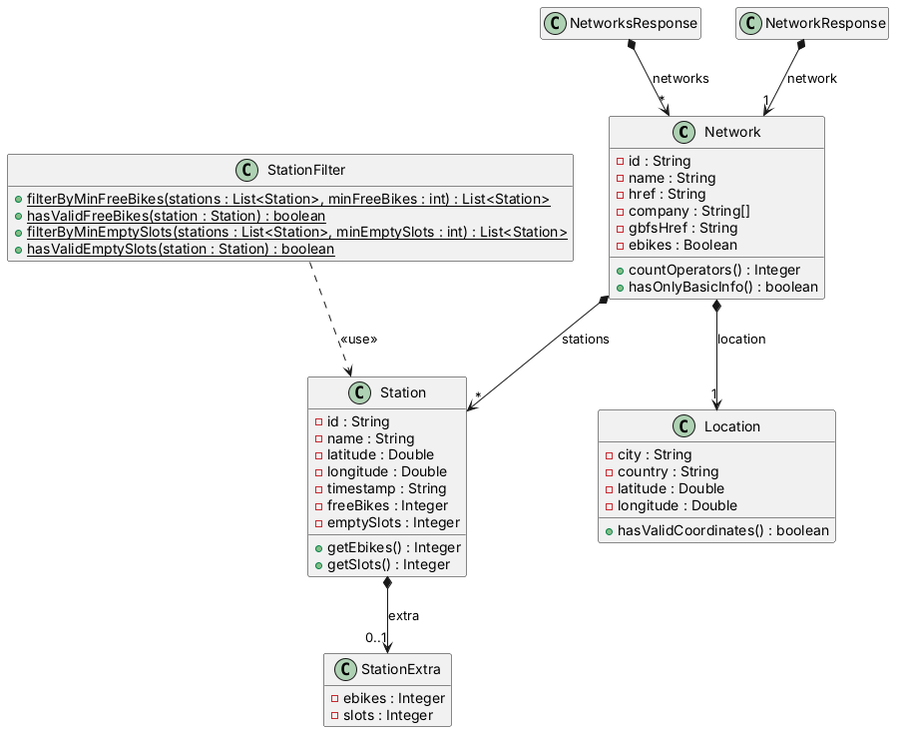
Before: Docs/Models/domain.png, a diagram exported from PlantUML (isunican/App-Bicis-Grupo3).
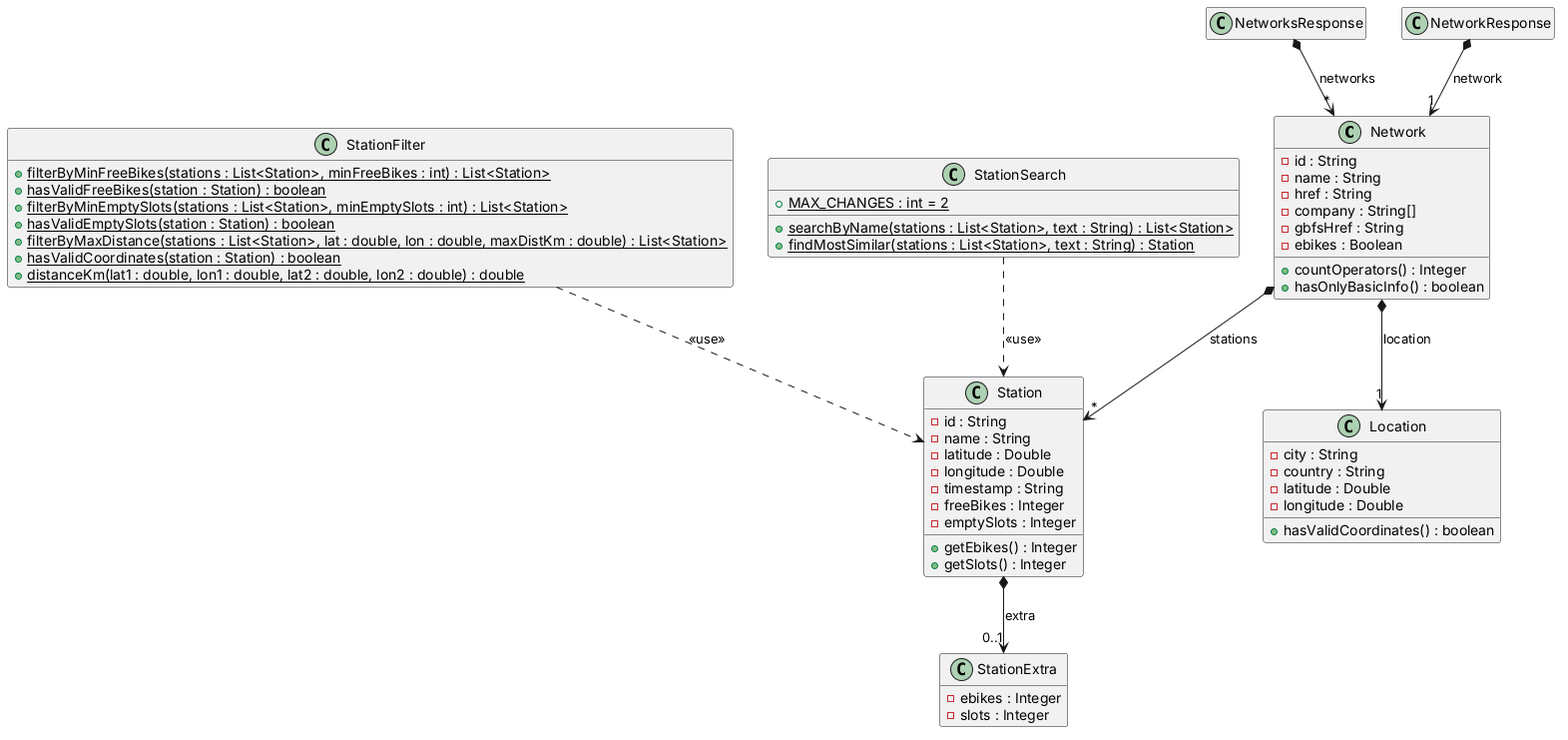
Above is the later version.

Commit message:
Anhado los diagramas UML de dominio y arquitectura

What changed in the source:
```diff
@@ -1,6 +1,6 @@
-@startuml
+@startuml domain
+hide empty members
 
-hide empty members
 
 class Network {
     - id : String
@@ -21,17 +21,13 @@
     + hasValidCoordinates() : boolean
 }
 
-class NetworksResponse {
-
-}
-
-class NetworkResponse {
-
-}
+class NetworksResponse
+class NetworkResponse
 
 Network *--> "1" Location : location
 NetworksResponse *--> "*" Network : networks
 NetworkResponse *--> "1" Network : network
+
 
 class Station {
     - id : String
@@ -55,10 +51,20 @@
     + {static} hasValidFreeBikes(station : Station) : boolean
     + {static} filterByMinEmptySlots(stations : List<Station>, minEmptySlots : int) : List<Station>
     + {static} hasValidEmptySlots(station : Station) : boolean
+    + {static} filterByMaxDistance(stations : List<Station>, lat : double, lon : double, maxDistKm : double) : List<Station>
+    + {static} hasValidCoordinates(station : Station) : boolean
+    + {static} distanceKm(lat1 : double, lon1 : double, lat2 : double, lon2 : double) : double
+}
+
+class StationSearch {
+    + {static} MAX_CHANGES : int = 2
+    + {static} searchByName(stations : List<Station>, text : String) : List<Station>
+    + {static} findMostSimilar(stations : List<Station>, text : String) : Station
 }
 
 Network *--> "*" Station : stations
 Station *--> "0..1" StationExtra : extra
 StationFilter ..> Station : <<use>>
+StationSearch ..> Station : <<use>>
 
 @enduml
```
